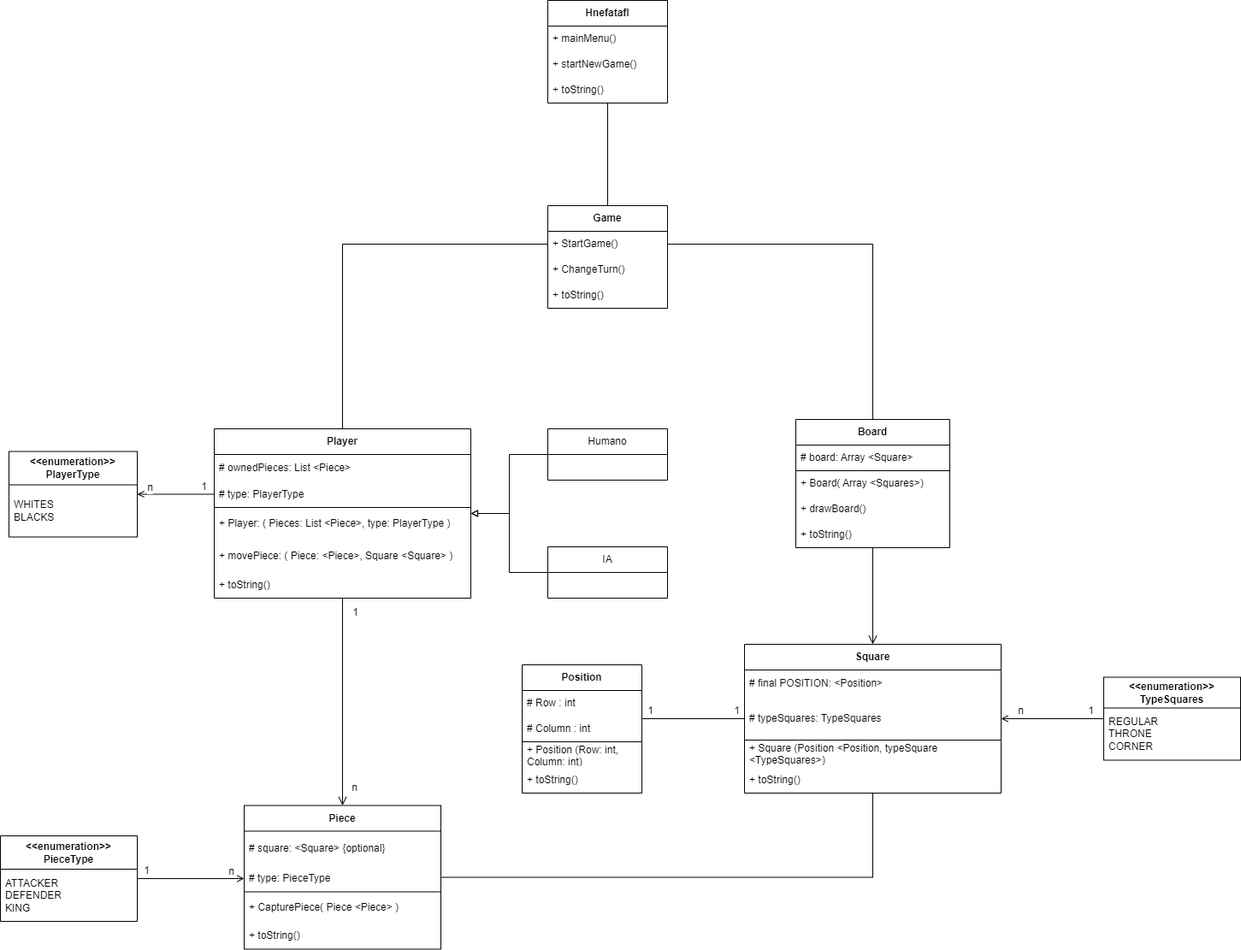
Before: diagrams/ClassDiagram.drawio.png, a diagram exported from draw.io (jvazmor497/Hnefatafl). Source tidied: cells renumbered, new cells last; positions are measured from the earlier drawing's top-left corner, leaving out a move shared by most shapes.
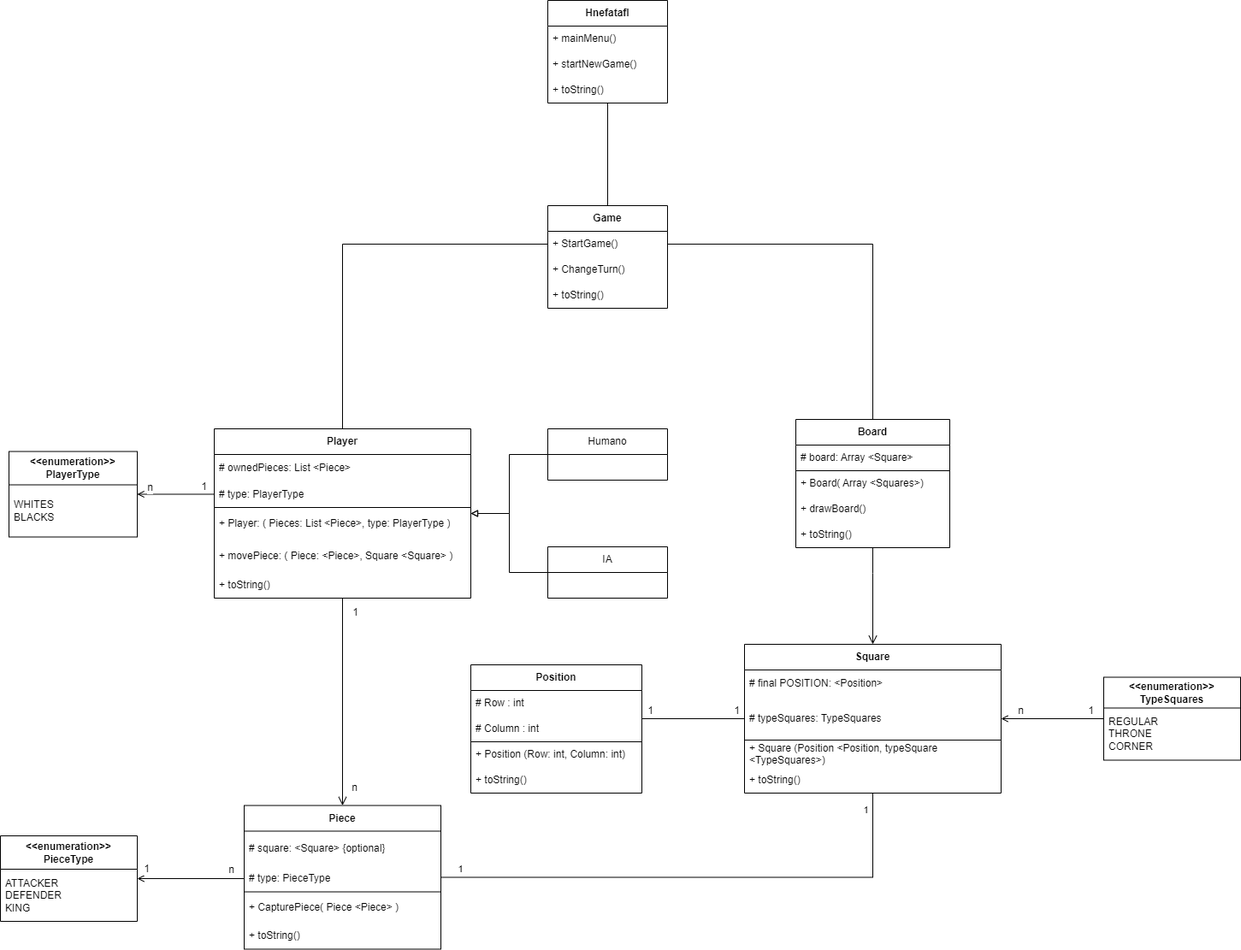
Later version of the same file.

Change to the diagram source:
```diff
@@ -3,7 +3,12 @@
     <mxCell id="0" />
     <mxCell id="1" parent="0" />
     <mxCell id="2" style="edgeStyle=orthogonalEdgeStyle;rounded=0;jettySize=auto;html=1;fontSize=12;startSize=8;endSize=8;endArrow=open;endFill=0;" parent="1" edge="1" source="3" target="37">
-      <mxGeometry relative="1" as="geometry" />
+      <mxGeometry relative="1" as="geometry">
+        <Array as="points">
+          <mxPoint x="1020" y="670" />
+          <mxPoint x="1020" y="670" />
+        </Array>
+      </mxGeometry>
     </mxCell>
     <mxCell id="3" value="&lt;b&gt;Board&lt;/b&gt;" style="swimlane;fontStyle=0;horizontal=1;startSize=30;whiteSpace=wrap;html=1;flipH=1;" parent="1" vertex="1">
       <mxGeometry x="930" y="490" width="180" height="150" as="geometry" />
@@ -36,22 +41,32 @@
         <mxPoint x="12" as="offset" />
       </mxGeometry>
     </mxCell>
-    <mxCell id="12" style="edgeStyle=orthogonalEdgeStyle;rounded=0;jettySize=auto;html=1;endArrow=none;endFill=0;startArrow=open;startFill=0;" parent="1" edge="1" source="18" target="50">
+    <mxCell id="12" style="edgeStyle=orthogonalEdgeStyle;rounded=0;jettySize=auto;html=1;endArrow=open;endFill=0;startArrow=none;startFill=0;" parent="1" edge="1" source="18" target="50">
       <mxGeometry relative="1" as="geometry" />
     </mxCell>
     <mxCell id="13" value="n" style="edgeLabel;html=1;align=center;verticalAlign=middle;strokeColor=default;fontFamily=Helvetica;fontSize=12;fontColor=default;fontStyle=0;fillColor=default;" parent="12" vertex="1">
       <mxGeometry x="-0.74" y="-1" relative="1" as="geometry">
-        <mxPoint y="-8" as="offset" />
+        <mxPoint y="-10" as="offset" />
       </mxGeometry>
     </mxCell>
     <mxCell id="14" value="1" style="edgeLabel;html=1;align=center;verticalAlign=middle;strokeColor=default;fontFamily=Helvetica;fontSize=12;fontColor=default;fontStyle=0;fillColor=default;" parent="12" vertex="1">
       <mxGeometry x="0.83" y="-2" relative="1" as="geometry">
-        <mxPoint y="-8" as="offset" />
+        <mxPoint y="-10" as="offset" />
       </mxGeometry>
     </mxCell>
     <mxCell id="15" style="edgeStyle=orthogonalEdgeStyle;rounded=0;jettySize=auto;html=1;fontFamily=Helvetica;fontSize=12;fontColor=default;fontStyle=0;endArrow=none;endFill=0;" parent="1" edge="1" source="16" target="37">
       <mxGeometry relative="1" as="geometry" />
     </mxCell>
+    <mxCell id="71" value="1" style="edgeLabel;html=1;align=center;verticalAlign=middle;" parent="15" vertex="1">
+      <mxGeometry x="-0.93" y="-3" relative="1" as="geometry">
+        <mxPoint y="-13" as="offset" />
+      </mxGeometry>
+    </mxCell>
+    <mxCell id="72" value="1" style="edgeLabel;html=1;align=center;verticalAlign=middle;" parent="15" vertex="1">
+      <mxGeometry x="0.94" relative="1" as="geometry">
+        <mxPoint x="-9" as="offset" />
+      </mxGeometry>
+    </mxCell>
     <mxCell id="16" value="&lt;b&gt;Piece&lt;/b&gt;" style="swimlane;fontStyle=0;horizontal=1;startSize=30;whiteSpace=wrap;html=1;" parent="1" vertex="1">
       <mxGeometry x="285" y="941.5" width="230" height="168" as="geometry" />
     </mxCell>
@@ -143,22 +158,22 @@
       <mxGeometry y="143" width="300" height="31" as="geometry" />
     </mxCell>
     <mxCell id="43" value="&lt;b&gt;Position&lt;/b&gt;" style="swimlane;fontStyle=0;horizontal=1;startSize=30;whiteSpace=wrap;html=1;" parent="1" vertex="1">
-      <mxGeometry x="610" y="777" width="140" height="150" as="geometry" />
+      <mxGeometry x="550" y="777" width="200" height="150" as="geometry" />
     </mxCell>
     <mxCell id="44" value="# Row : int" style="text;strokeColor=none;fillColor=none;align=left;verticalAlign=middle;spacingLeft=4;spacingRight=4;overflow=hidden;whiteSpace=wrap;html=1;" parent="43" vertex="1">
-      <mxGeometry y="30" width="140" height="30" as="geometry" />
+      <mxGeometry y="30" width="200" height="30" as="geometry" />
     </mxCell>
     <mxCell id="45" value="# Column : int" style="text;strokeColor=none;fillColor=none;align=left;verticalAlign=middle;spacingLeft=4;spacingRight=4;overflow=hidden;whiteSpace=wrap;html=1;" parent="43" vertex="1">
-      <mxGeometry y="60" width="140" height="30" as="geometry" />
+      <mxGeometry y="60" width="200" height="30" as="geometry" />
     </mxCell>
     <mxCell id="46" value="+ Position (Row: int, Column: int&lt;span style=&quot;background-color: initial;&quot;&gt;)&lt;/span&gt;" style="text;strokeColor=none;fillColor=none;align=left;verticalAlign=middle;spacingLeft=4;spacingRight=4;overflow=hidden;points=[[0,0,0,0,0],[0,0.5,0,0,0],[1,0,0,0,0],[1,0.5,0,0,0]];portConstraint=eastwest;whiteSpace=wrap;html=1;" parent="43" vertex="1">
-      <mxGeometry y="90" width="140" height="30" as="geometry" />
+      <mxGeometry y="90" width="200" height="30" as="geometry" />
     </mxCell>
     <mxCell id="47" style="endArrow=none;html=1;rounded=0;fontFamily=Helvetica;fontSize=12;fontColor=default;entryX=1;entryY=0;entryDx=0;entryDy=0;entryPerimeter=0;exitX=0;exitY=0;exitDx=0;exitDy=0;exitPerimeter=0;" parent="43" edge="1" source="46" target="46">
       <mxGeometry relative="1" as="geometry" />
     </mxCell>
     <mxCell id="48" value="+ toString()" style="text;strokeColor=none;fillColor=none;align=left;verticalAlign=middle;spacingLeft=4;spacingRight=4;overflow=hidden;whiteSpace=wrap;html=1;" parent="43" vertex="1">
-      <mxGeometry y="120" width="140" height="30" as="geometry" />
+      <mxGeometry y="120" width="200" height="30" as="geometry" />
     </mxCell>
     <mxCell id="49" style="edgeStyle=orthogonalEdgeStyle;rounded=0;jettySize=auto;html=1;fontSize=12;startSize=8;endSize=8;entryX=1;entryY=0.5;entryDx=0;entryDy=0;endArrow=none;endFill=0;startArrow=none;startFill=0;" parent="1" edge="1" source="3" target="34">
       <mxGeometry relative="1" as="geometry">
```
